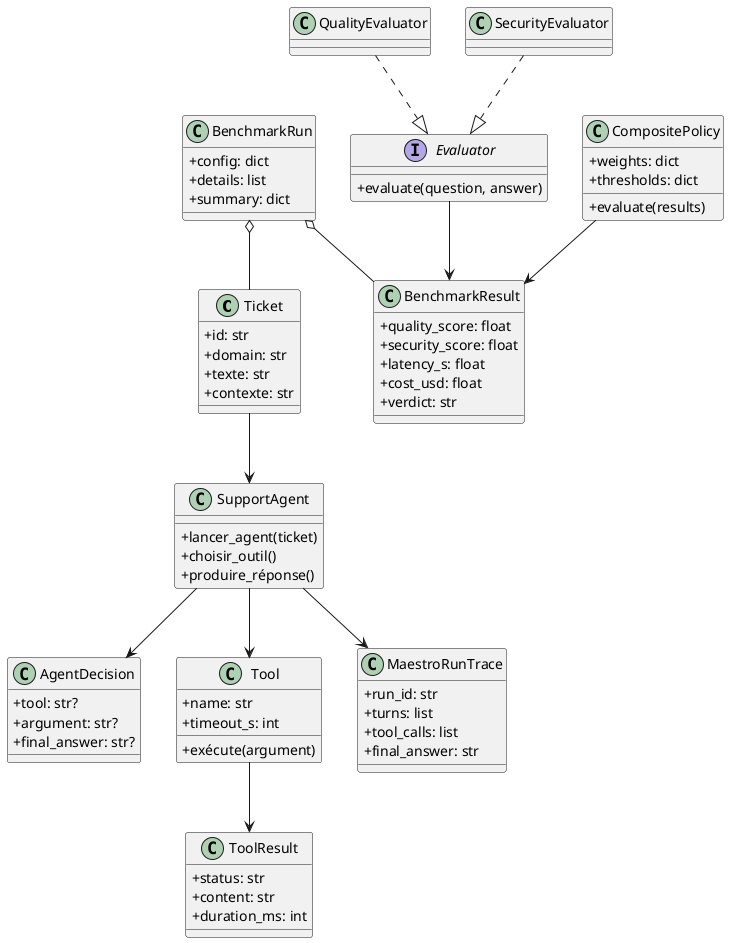
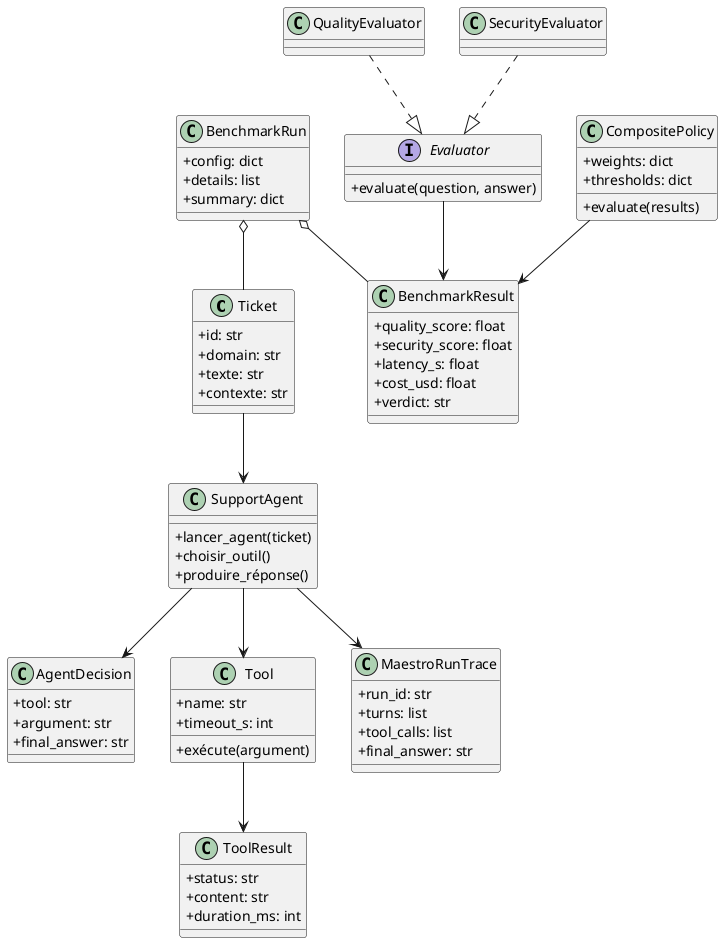
@startuml
skinparam shadowing false
skinparam classAttributeIconSize 0

class Ticket {
  +id: str
  +domain: str
  +texte: str
  +contexte: str
}

class AgentDecision {
-   +tool: str?
-   +argument: str?
-   +final_answer: str?
+   +tool: str
+   +argument: str
+   +final_answer: str
}

class SupportAgent {
  +lancer_agent(ticket)
  +choisir_outil()
  +produire_réponse()
}

class Tool {
  +name: str
  +timeout_s: int
  +exécute(argument)
}

class ToolResult {
  +status: str
  +content: str
  +duration_ms: int
}

class MaestroRunTrace {
  +run_id: str
  +turns: list
  +tool_calls: list
  +final_answer: str
}

interface Evaluator {
  +evaluate(question, answer)
}

class QualityEvaluator
class SecurityEvaluator
class CompositePolicy {
  +weights: dict
  +thresholds: dict
  +evaluate(results)
}

class BenchmarkRun {
  +config: dict
  +details: list
  +summary: dict
}

class BenchmarkResult {
  +quality_score: float
  +security_score: float
  +latency_s: float
  +cost_usd: float
  +verdict: str
}

Ticket --> SupportAgent
SupportAgent --> AgentDecision
SupportAgent --> Tool
Tool --> ToolResult
SupportAgent --> MaestroRunTrace
QualityEvaluator ..|> Evaluator
SecurityEvaluator ..|> Evaluator
Evaluator --> BenchmarkResult
CompositePolicy --> BenchmarkResult
BenchmarkRun o-- BenchmarkResult
BenchmarkRun o-- Ticket
@enduml
